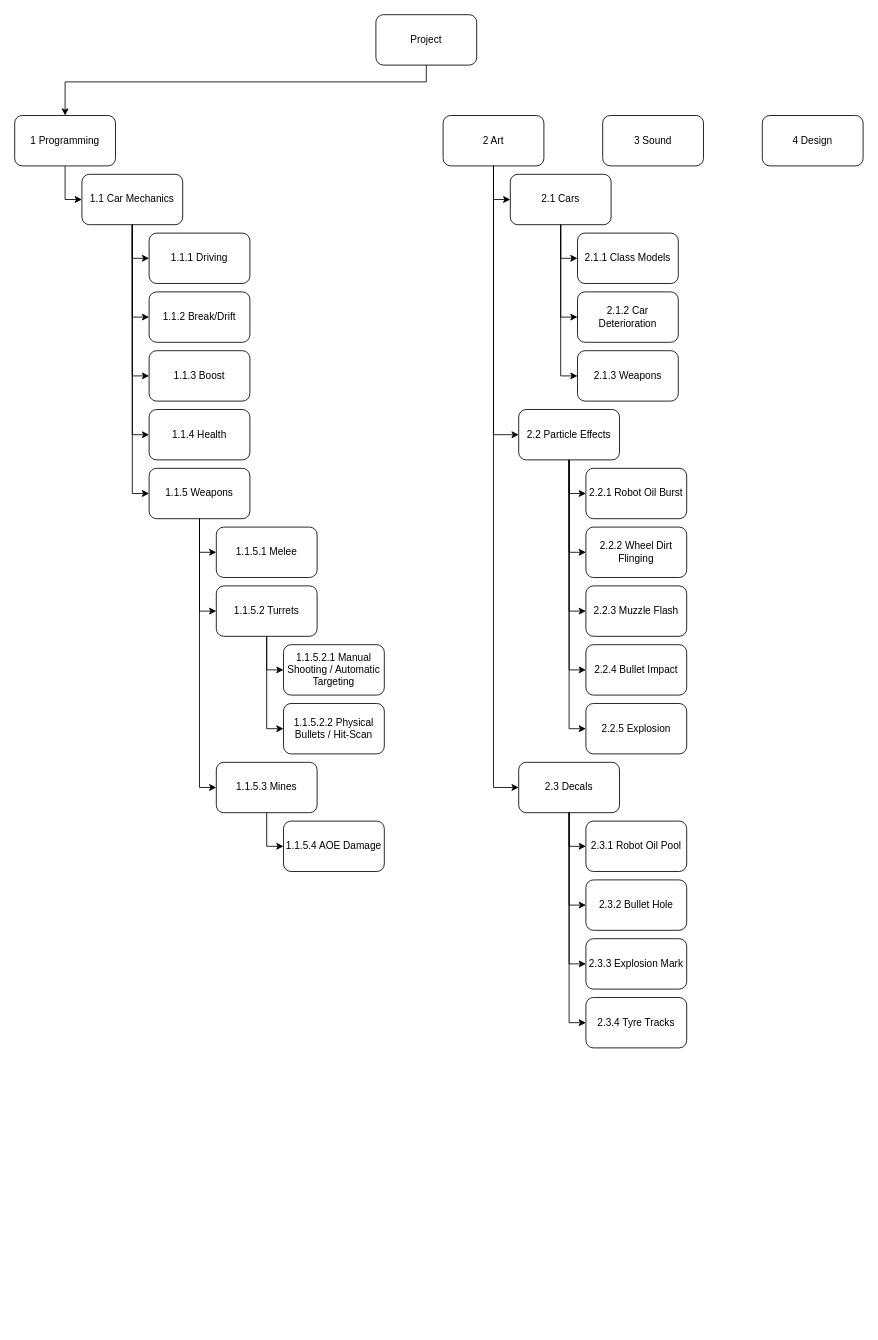
Before: carprojWBS.drawio in Nat0T98/CarSurvivors, a draw.io diagram. Source tidied: cells renumbered, new cells numbered last; positions are measured from the earlier drawing's top-left corner, leaving out a move shared by most shapes. Both pictures are drawn from the tidied source at 84%, with x=0, y=0 at pixel (14, 14).
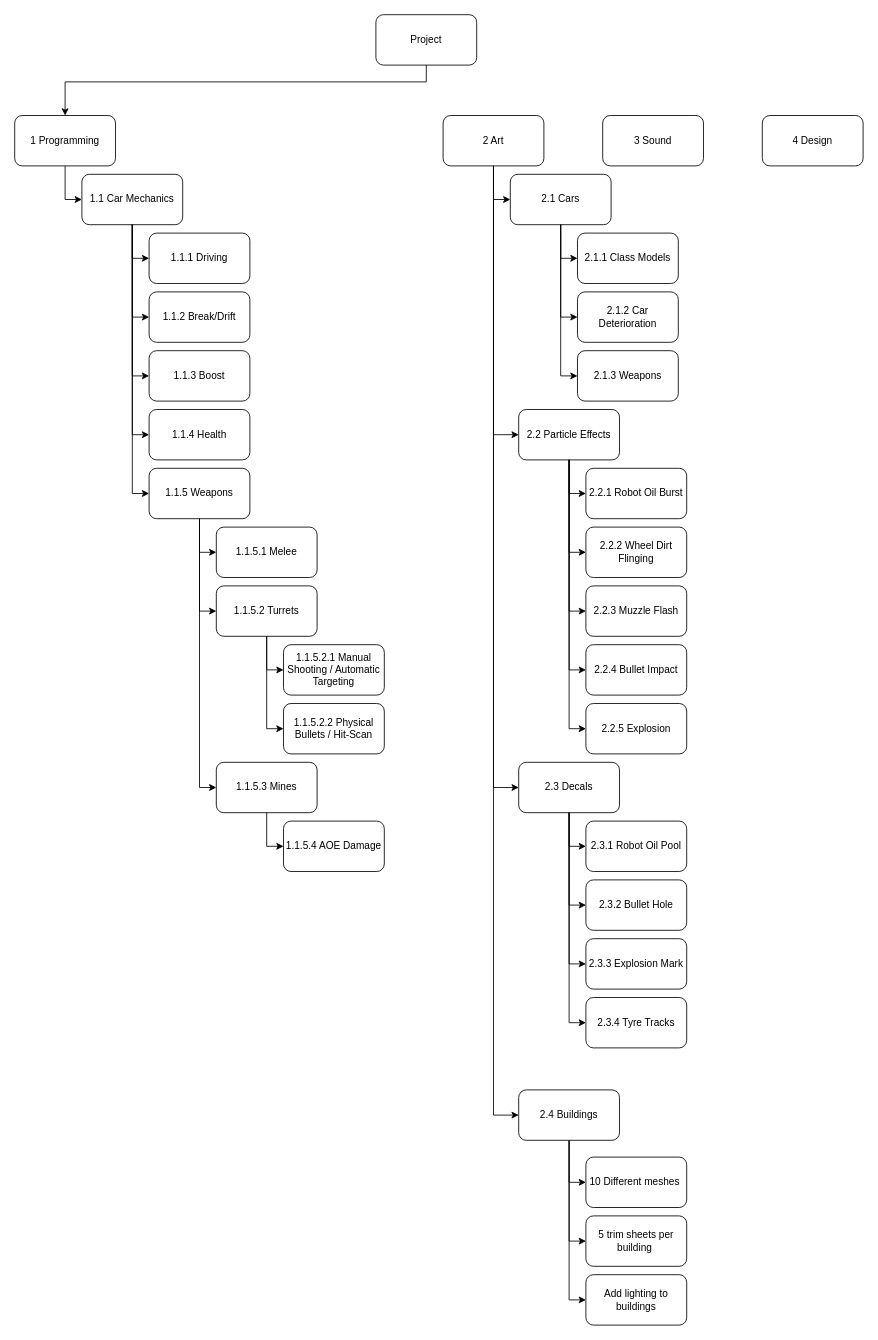
After the change.

The change refers to these unchanged cells:
```xml
<mxCell id="4" value="2 Art" style="rounded=1;whiteSpace=wrap;html=1;" parent="1" vertex="1">
  <mxGeometry x="510" y="120" width="120" height="60" as="geometry" />
</mxCell>
```

Diff of the diagram source:
```diff
@@
+    <mxCell id="62" style="edgeStyle=orthogonalEdgeStyle;rounded=0;jettySize=auto;html=1;exitX=0.5;exitY=1;exitDx=0;exitDy=0;entryX=0;entryY=0.5;entryDx=0;entryDy=0;" parent="1" edge="1" source="4" target="66">
+      <mxGeometry relative="1" as="geometry" />
+    </mxCell>
@@
+    <mxCell id="63" style="edgeStyle=orthogonalEdgeStyle;rounded=0;jettySize=auto;html=1;exitX=0.5;exitY=1;exitDx=0;exitDy=0;entryX=0;entryY=0.5;entryDx=0;entryDy=0;" parent="1" edge="1" source="66" target="67">
+      <mxGeometry relative="1" as="geometry" />
+    </mxCell>
+    <mxCell id="64" style="edgeStyle=orthogonalEdgeStyle;rounded=0;jettySize=auto;html=1;exitX=0.5;exitY=1;exitDx=0;exitDy=0;entryX=0;entryY=0.5;entryDx=0;entryDy=0;" parent="1" edge="1" source="66" target="68">
+      <mxGeometry relative="1" as="geometry" />
+    </mxCell>
+    <mxCell id="65" style="edgeStyle=orthogonalEdgeStyle;rounded=0;jettySize=auto;html=1;exitX=0.5;exitY=1;exitDx=0;exitDy=0;entryX=0;entryY=0.5;entryDx=0;entryDy=0;" parent="1" edge="1" source="66" target="69">
+      <mxGeometry relative="1" as="geometry" />
+    </mxCell>
+    <mxCell id="66" value="2.4 Buildings" style="rounded=1;whiteSpace=wrap;html=1;" parent="1" vertex="1">
+      <mxGeometry x="600" y="1280" width="120" height="60" as="geometry" />
+    </mxCell>
+    <mxCell id="67" value="10 Different meshes&amp;nbsp;" style="rounded=1;whiteSpace=wrap;html=1;" parent="1" vertex="1">
+      <mxGeometry x="680" y="1360" width="120" height="60" as="geometry" />
+    </mxCell>
+    <mxCell id="68" value="5 trim sheets per building&amp;nbsp;" style="rounded=1;whiteSpace=wrap;html=1;" parent="1" vertex="1">
+      <mxGeometry x="680" y="1430" width="120" height="60" as="geometry" />
+    </mxCell>
+    <mxCell id="69" value="Add lighting to buildings" style="rounded=1;whiteSpace=wrap;html=1;" parent="1" vertex="1">
+      <mxGeometry x="680" y="1500" width="120" height="60" as="geometry" />
+    </mxCell>
```
